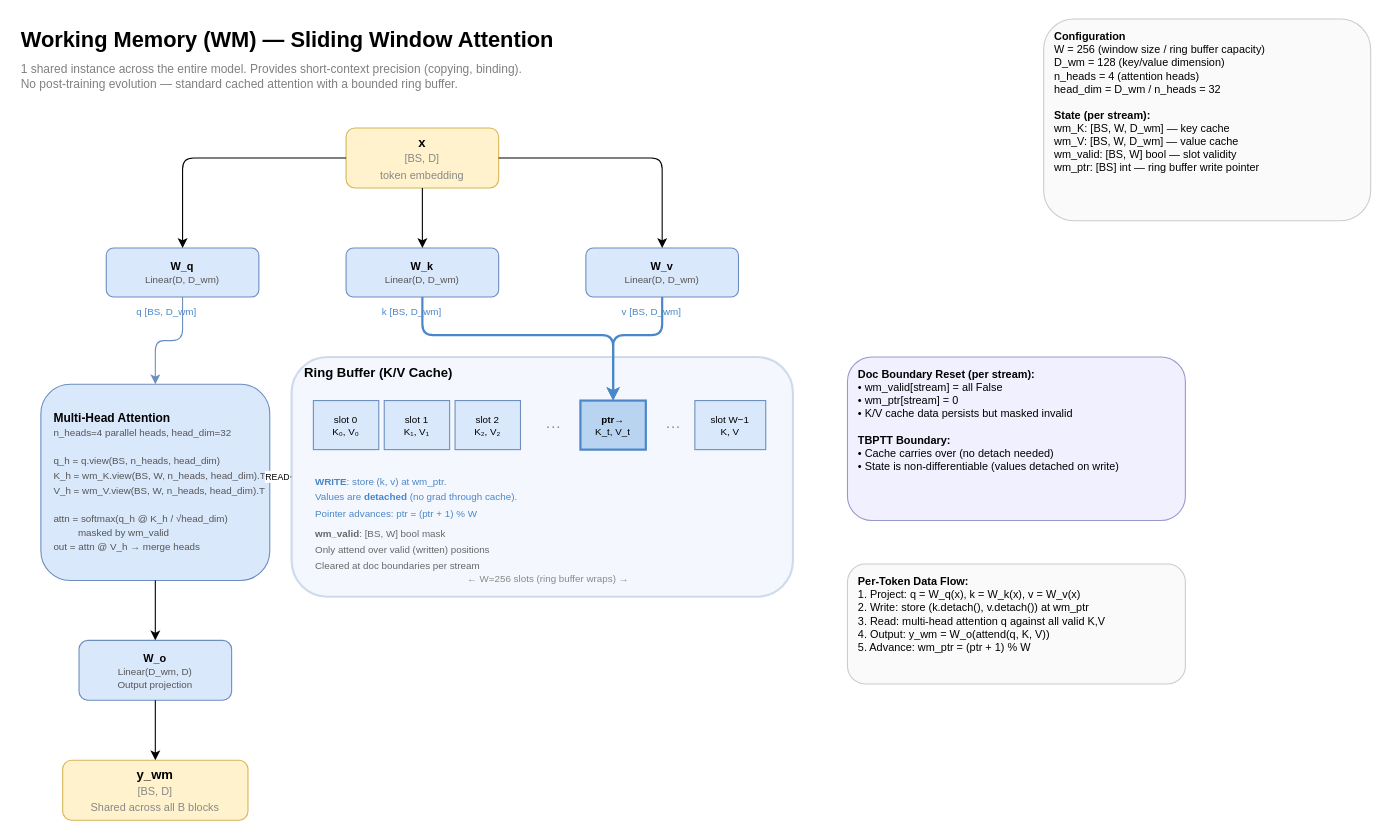
alxdofficial/neuromorphic keeps this draw.io diagram as docs/diagrams/working_memory.drawio. Above is the earlier version. Source tidied: cells renumbered, new cells numbered last; positions are measured from the earlier drawing's top-left corner, leaving out a move shared by most shapes. Both pictures are drawn from the tidied source at 109%, with x=0, y=0 at pixel (19, 19).
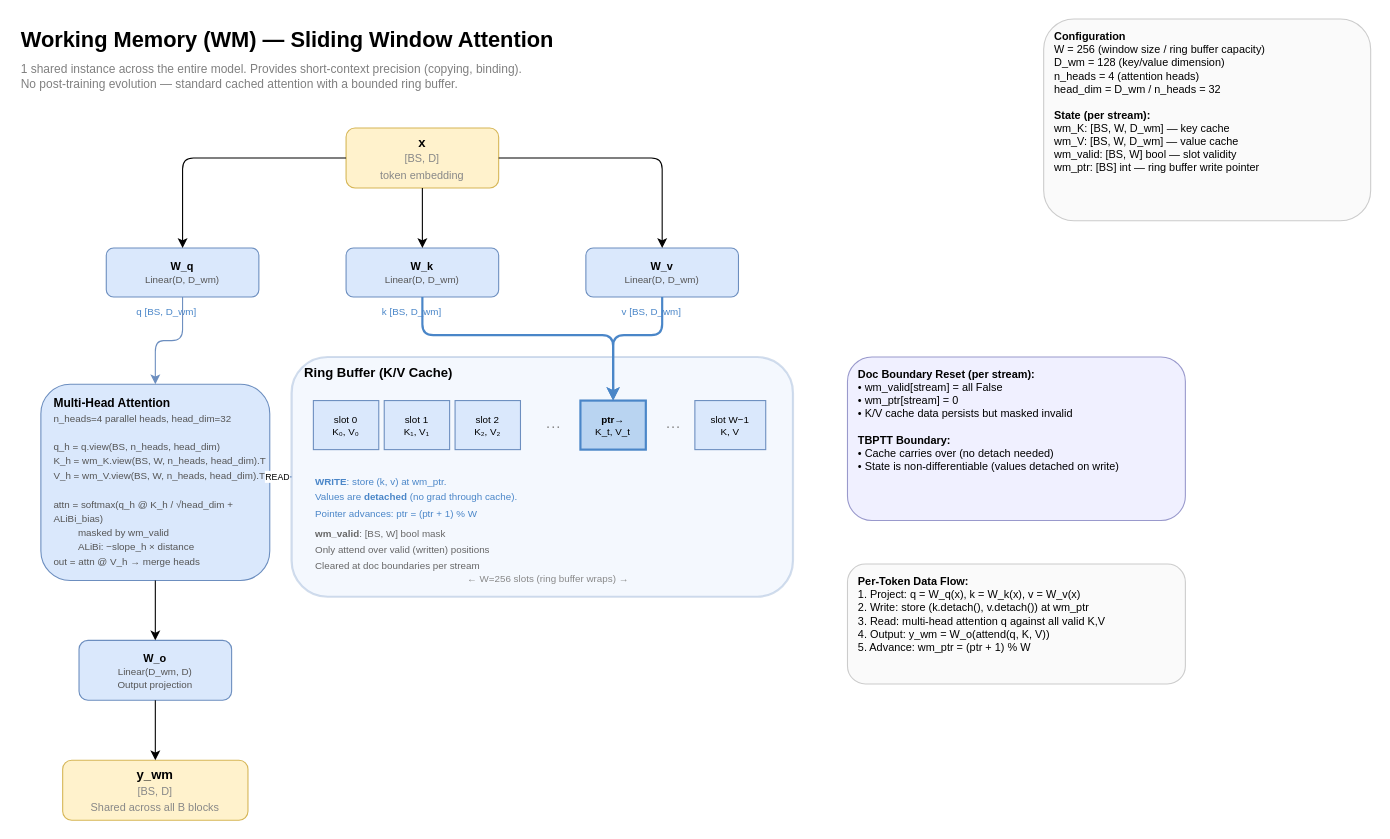
The same diagram, later.

Change to the diagram source:
```diff
@@
-    <mxCell id="29" value="&lt;b&gt;Multi-Head Attention&lt;/b&gt;&lt;br&gt;&lt;font style=&quot;font-size: 9px;&quot; color=&quot;#555&quot;&gt;n_heads=4 parallel heads, head_dim=32&lt;br&gt;&lt;br&gt;q_h = q.view(BS, n_heads, head_dim)&lt;br&gt;K_h = wm_K.view(BS, W, n_heads, head_dim).T&lt;br&gt;V_h = wm_V.view(BS, W, n_heads, head_dim).T&lt;br&gt;&lt;br&gt;attn = softmax(q_h @ K_h / √head_dim)&lt;br&gt;&amp;nbsp;&amp;nbsp;&amp;nbsp;&amp;nbsp;&amp;nbsp;&amp;nbsp;&amp;nbsp;&amp;nbsp;&amp;nbsp;masked by wm_valid&lt;br&gt;out = attn @ V_h → merge heads&lt;/font&gt;" style="rounded=1;whiteSpace=wrap;html=1;fillColor=#dae8fc;strokeColor=#6c8ebf;fontSize=11;align=left;spacingLeft=10;" parent="1" vertex="1">
+    <mxCell id="29" value="&lt;b&gt;Multi-Head Attention&lt;/b&gt;&lt;br&gt;&lt;font style=&quot;font-size: 9px;&quot; color=&quot;#555&quot;&gt;n_heads=4 parallel heads, head_dim=32&lt;br&gt;&lt;br&gt;q_h = q.view(BS, n_heads, head_dim)&lt;br&gt;K_h = wm_K.view(BS, W, n_heads, head_dim).T&lt;br&gt;V_h = wm_V.view(BS, W, n_heads, head_dim).T&lt;br&gt;&lt;br&gt;attn = softmax(q_h @ K_h / √head_dim + ALiBi_bias)&lt;br&gt;&amp;nbsp;&amp;nbsp;&amp;nbsp;&amp;nbsp;&amp;nbsp;&amp;nbsp;&amp;nbsp;&amp;nbsp;&amp;nbsp;masked by wm_valid&lt;br&gt;&amp;nbsp;&amp;nbsp;&amp;nbsp;&amp;nbsp;&amp;nbsp;&amp;nbsp;&amp;nbsp;&amp;nbsp;&amp;nbsp;ALiBi: −slope_h × distance&lt;br&gt;out = attn @ V_h → merge heads&lt;/font&gt;" style="rounded=1;whiteSpace=wrap;html=1;fillColor=#dae8fc;strokeColor=#6c8ebf;fontSize=11;align=left;spacingLeft=10;" parent="1" vertex="1">
       <mxGeometry x="20" y="335" width="210" height="180" as="geometry" />
     </mxCell>
```
